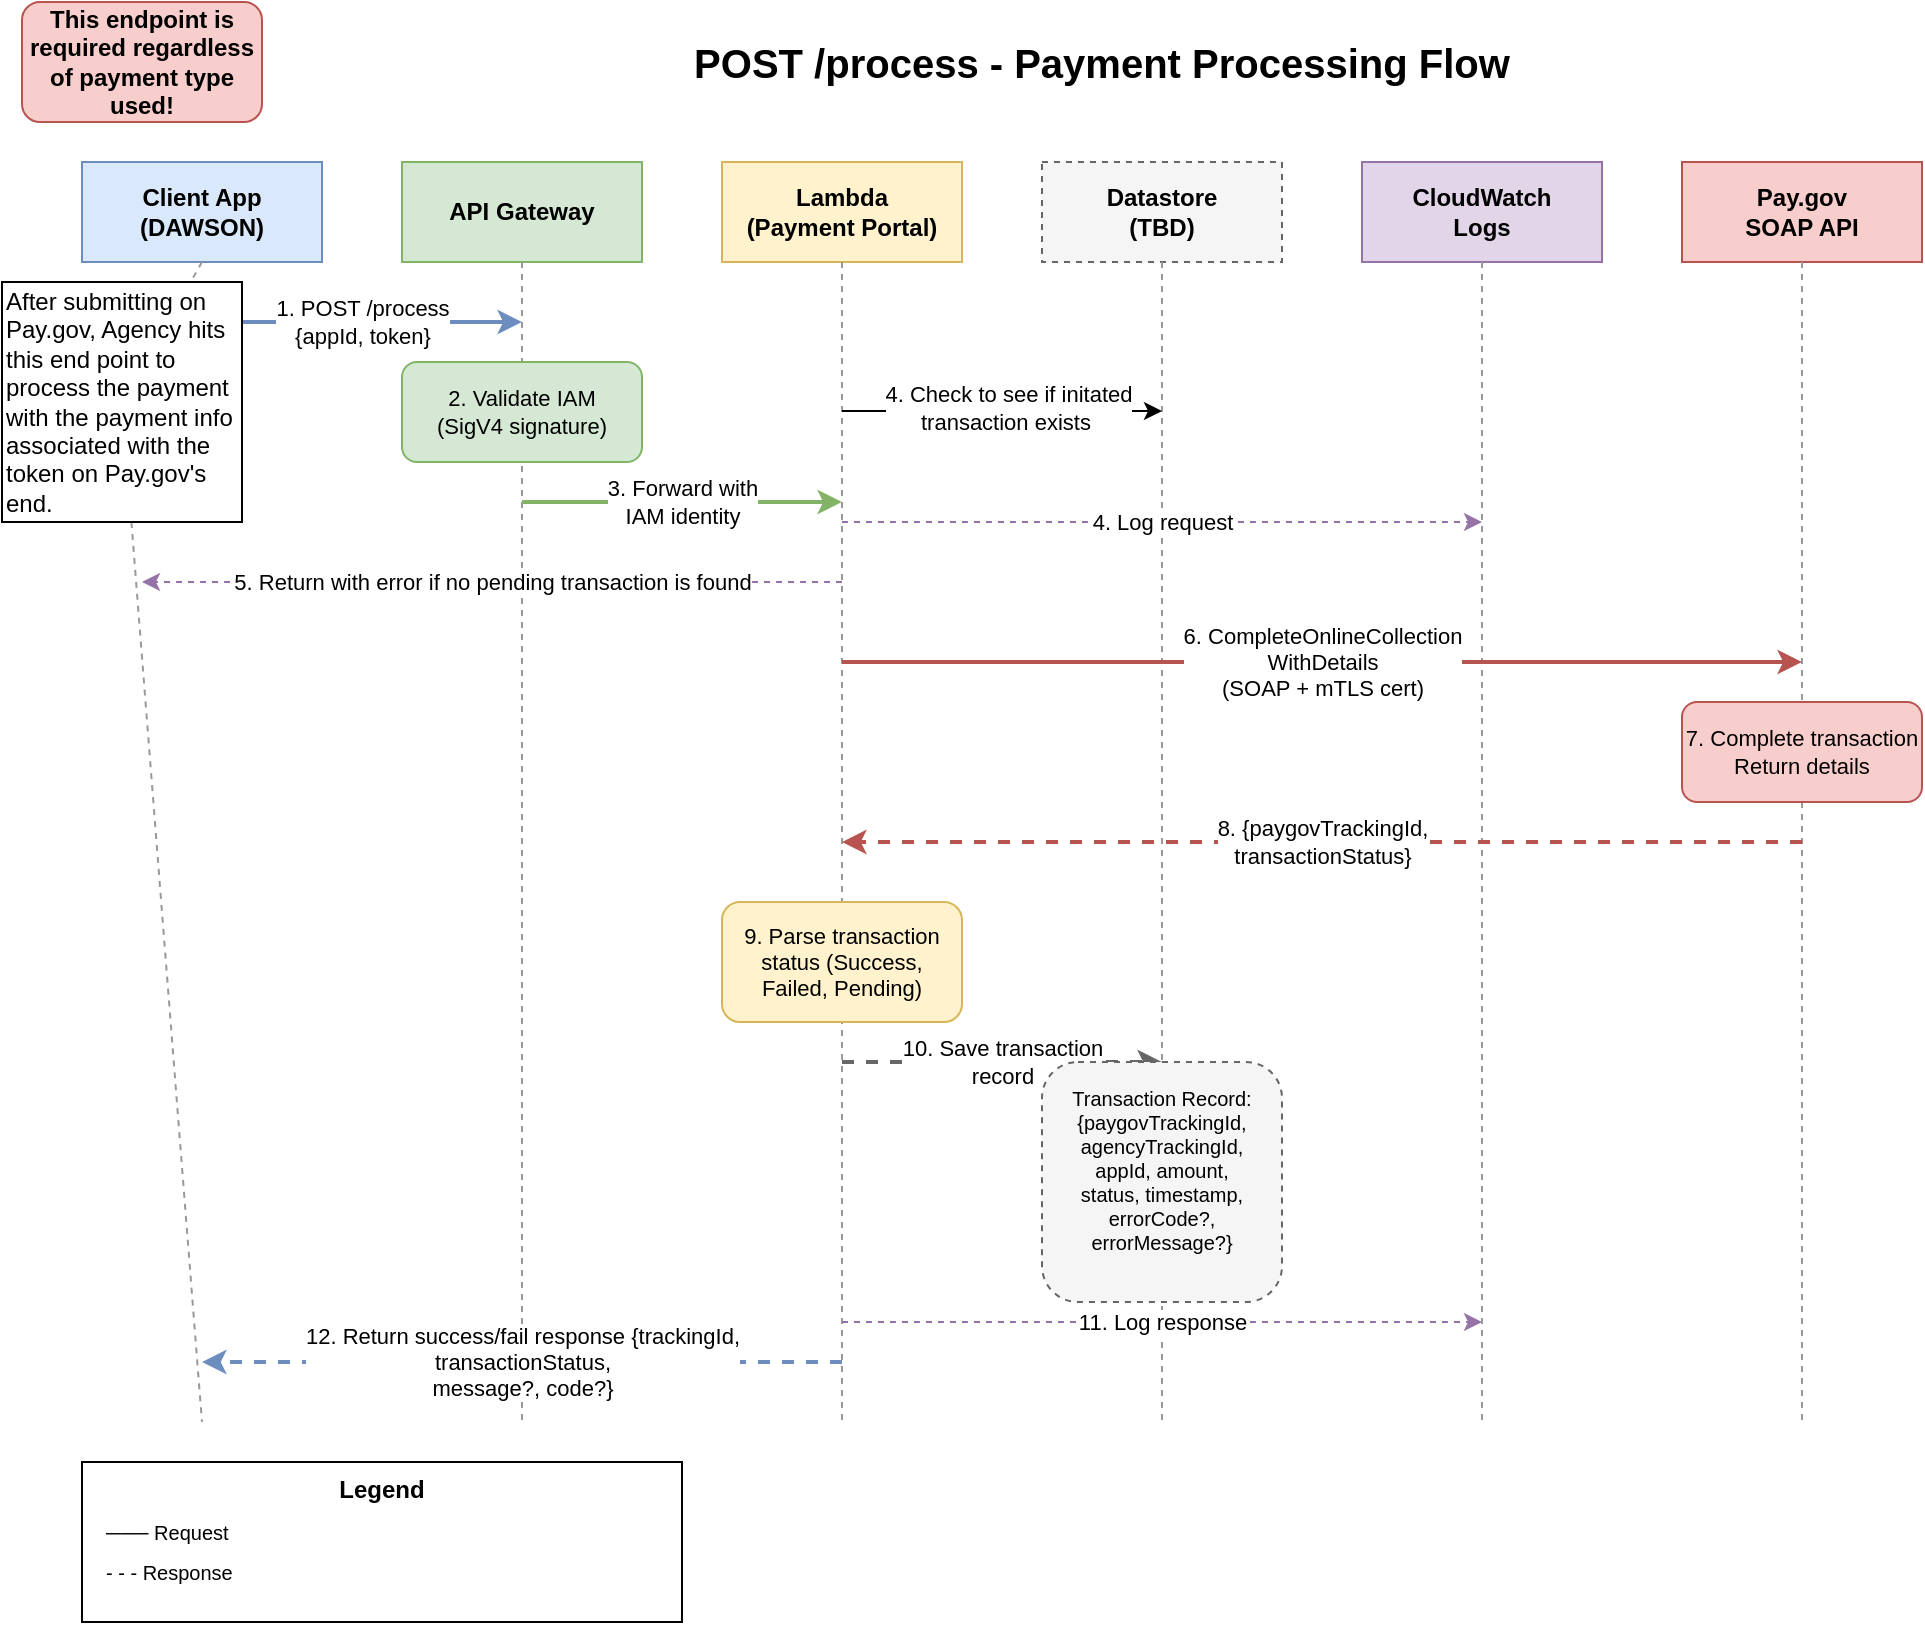
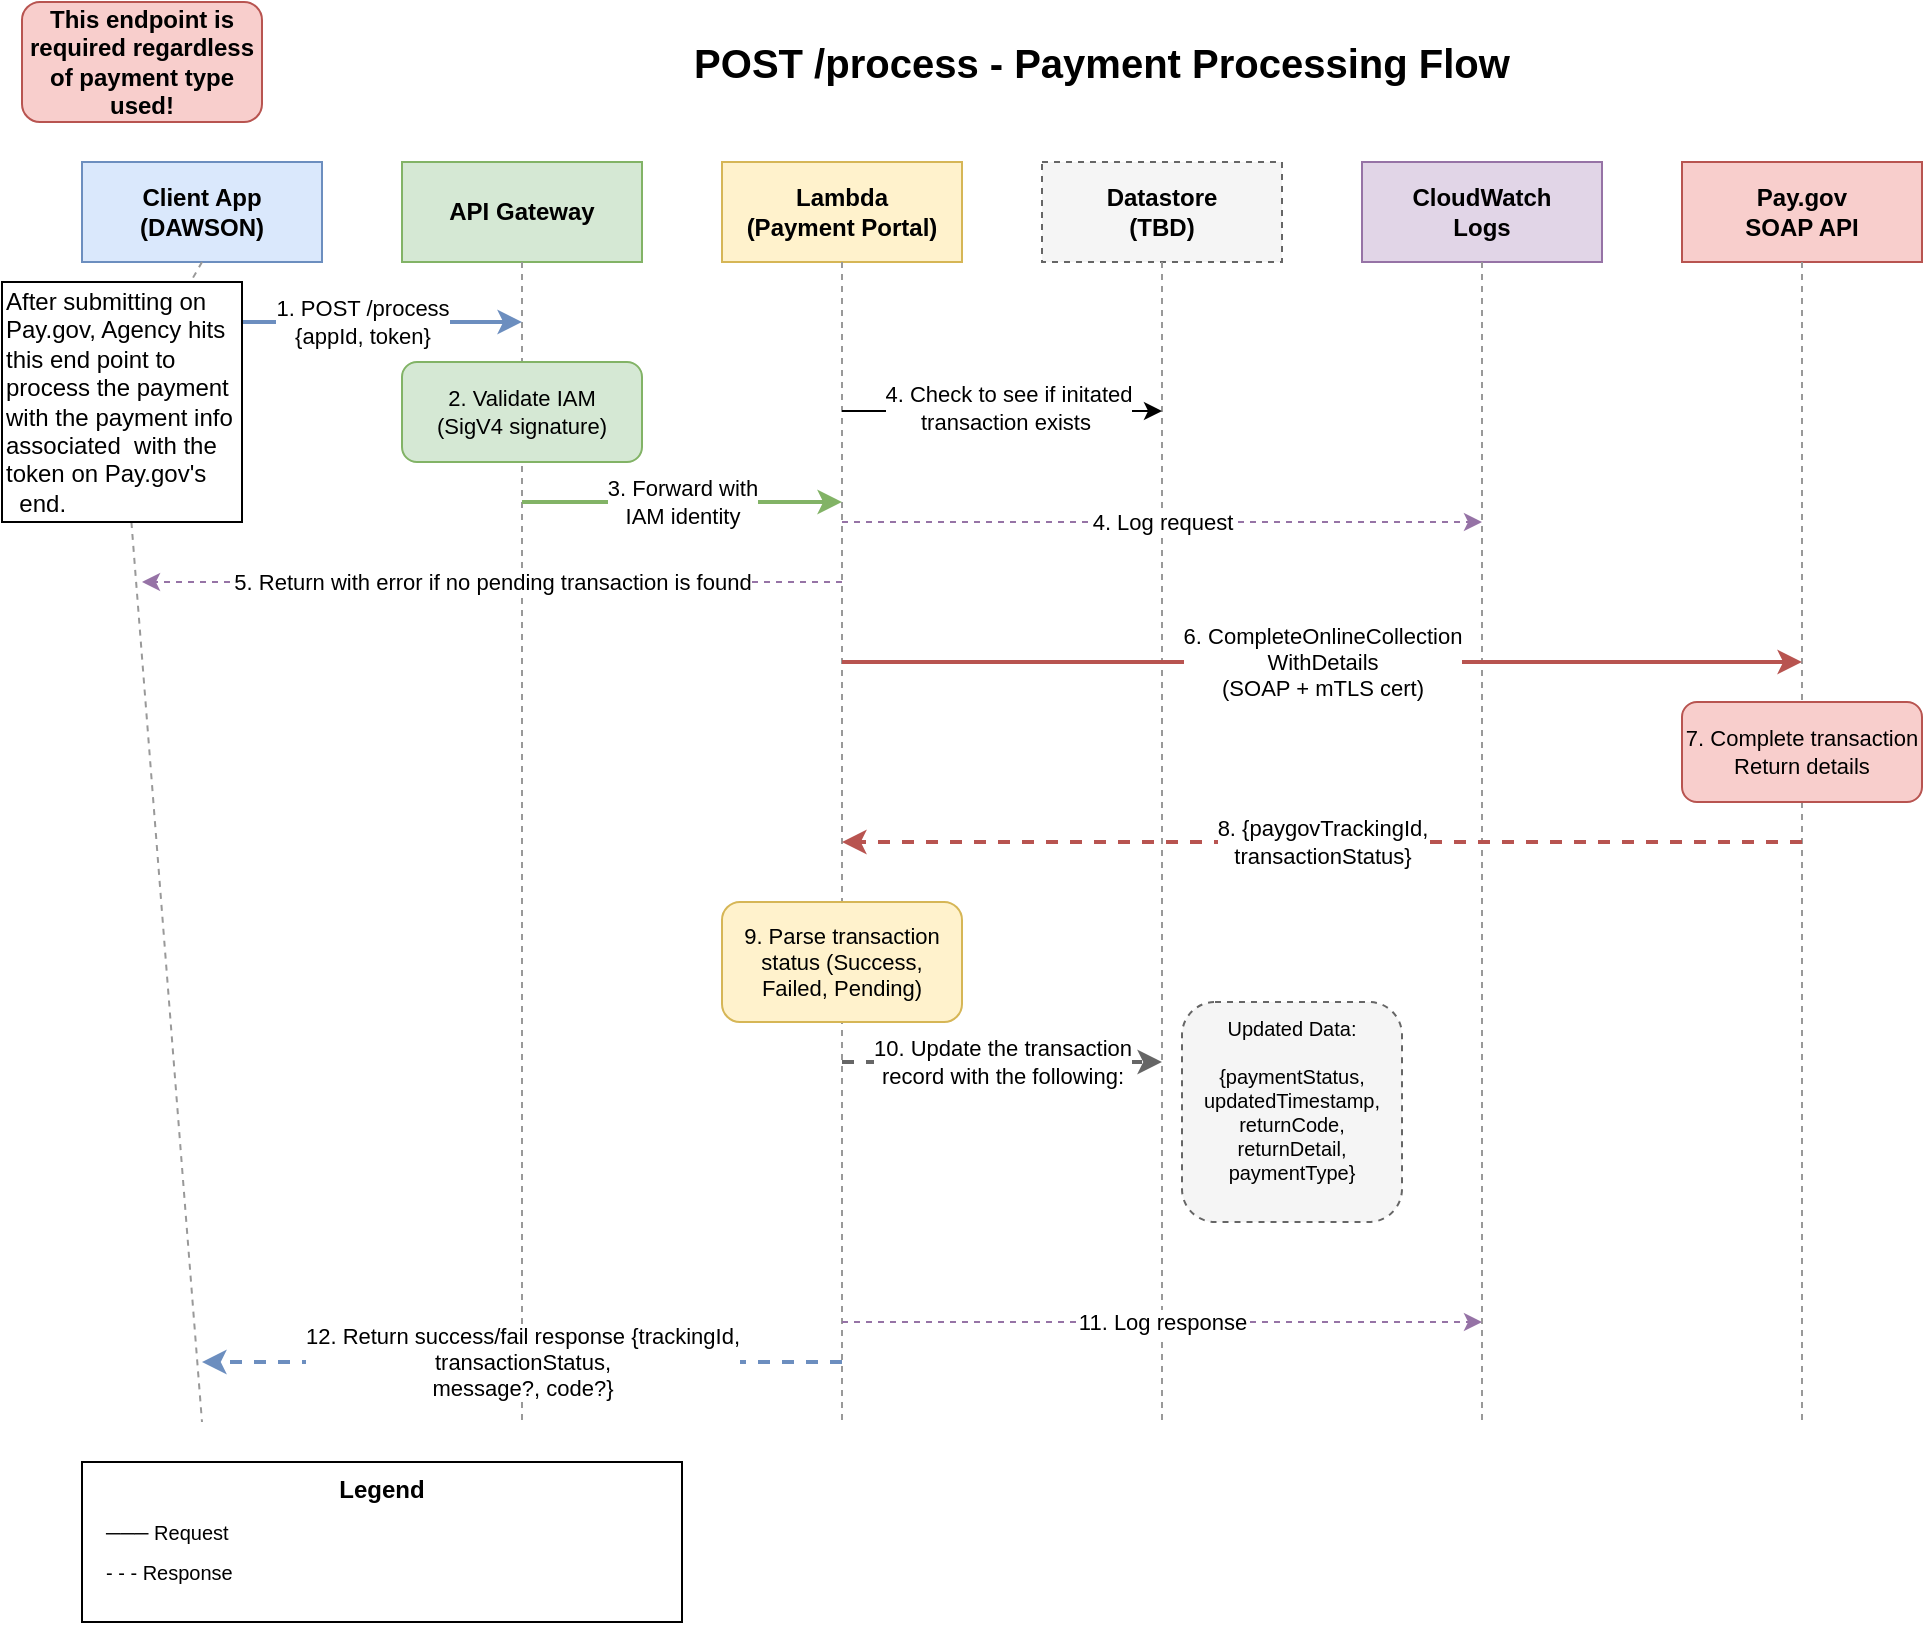
<mxfile host="65bd71144e">
    <diagram name="Process Payment Flow" id="process-payment-flow">
-         <mxGraphModel dx="890" dy="831" grid="1" gridSize="10" guides="1" tooltips="1" connect="1" arrows="1" fold="1" page="1" pageScale="1" pageWidth="1100" pageHeight="850" math="0" shadow="0">
+         <mxGraphModel dx="295" dy="451" grid="1" gridSize="10" guides="1" tooltips="1" connect="1" arrows="1" fold="1" page="1" pageScale="1" pageWidth="1100" pageHeight="850" math="0" shadow="0">
            <root>
                <mxCell id="0"/>
                <mxCell id="1" parent="0"/>
                <mxCell id="title" value="POST /process - Payment Processing Flow" style="text;html=1;strokeColor=none;fillColor=none;align=center;verticalAlign=middle;whiteSpace=wrap;rounded=0;fontSize=20;fontStyle=1" parent="1" vertex="1">
                    <mxGeometry x="320" y="20" width="460" height="40" as="geometry"/>
                </mxCell>
                <mxCell id="header-client" value="Client App&#xa;(DAWSON)" style="rounded=0;whiteSpace=wrap;html=1;fillColor=#dae8fc;strokeColor=#6c8ebf;fontSize=12;fontStyle=1" parent="1" vertex="1">
                    <mxGeometry x="40" y="90" width="120" height="50" as="geometry"/>
                </mxCell>
                <mxCell id="header-gateway" value="API Gateway" style="rounded=0;whiteSpace=wrap;html=1;fillColor=#d5e8d4;strokeColor=#82b366;fontSize=12;fontStyle=1" parent="1" vertex="1">
                    <mxGeometry x="200" y="90" width="120" height="50" as="geometry"/>
                </mxCell>
                <mxCell id="header-lambda" value="Lambda&#xa;(Payment Portal)" style="rounded=0;whiteSpace=wrap;html=1;fillColor=#fff2cc;strokeColor=#d6b656;fontSize=12;fontStyle=1" parent="1" vertex="1">
                    <mxGeometry x="360" y="90" width="120" height="50" as="geometry"/>
                </mxCell>
                <mxCell id="header-datastore" value="Datastore&#xa;(TBD)" style="rounded=0;whiteSpace=wrap;html=1;fillColor=#f5f5f5;strokeColor=#666666;fontSize=12;fontStyle=1;dashed=1" parent="1" vertex="1">
                    <mxGeometry x="520" y="90" width="120" height="50" as="geometry"/>
                </mxCell>
                <mxCell id="header-logs" value="CloudWatch&#xa;Logs" style="rounded=0;whiteSpace=wrap;html=1;fillColor=#e1d5e7;strokeColor=#9673a6;fontSize=12;fontStyle=1" parent="1" vertex="1">
                    <mxGeometry x="680" y="90" width="120" height="50" as="geometry"/>
                </mxCell>
                <mxCell id="header-paygov" value="Pay.gov&#xa;SOAP API" style="rounded=0;whiteSpace=wrap;html=1;fillColor=#f8cecc;strokeColor=#b85450;fontSize=12;fontStyle=1" parent="1" vertex="1">
                    <mxGeometry x="840" y="90" width="120" height="50" as="geometry"/>
                </mxCell>
-                 <mxCell id="line-client" style="endArrow=none;dashed=1;html=1;strokeWidth=1;strokeColor=#999999;" parent="1" edge="1" source="5">
+                 <mxCell id="line-client" style="endArrow=none;dashed=1;html=1;strokeWidth=1;strokeColor=#999999;" parent="1" source="5" edge="1">
                    <mxGeometry relative="1" as="geometry">
                        <mxPoint x="100" y="140" as="sourcePoint"/>
                        <mxPoint x="100" y="720" as="targetPoint"/>
                    </mxGeometry>
                </mxCell>
                <mxCell id="line-gateway" style="endArrow=none;dashed=1;html=1;strokeWidth=1;strokeColor=#999999;" parent="1" edge="1">
                    <mxGeometry relative="1" as="geometry">
                        <mxPoint x="260" y="140" as="sourcePoint"/>
                        <mxPoint x="260" y="720" as="targetPoint"/>
                    </mxGeometry>
                </mxCell>
                <mxCell id="line-lambda" style="endArrow=none;dashed=1;html=1;strokeWidth=1;strokeColor=#999999;" parent="1" edge="1">
                    <mxGeometry relative="1" as="geometry">
                        <mxPoint x="420" y="140" as="sourcePoint"/>
                        <mxPoint x="420" y="720" as="targetPoint"/>
                    </mxGeometry>
                </mxCell>
                <mxCell id="line-datastore" style="endArrow=none;dashed=1;html=1;strokeWidth=1;strokeColor=#999999;" parent="1" edge="1">
                    <mxGeometry relative="1" as="geometry">
                        <mxPoint x="580" y="140" as="sourcePoint"/>
                        <mxPoint x="580" y="720" as="targetPoint"/>
                    </mxGeometry>
                </mxCell>
                <mxCell id="line-logs" style="endArrow=none;dashed=1;html=1;strokeWidth=1;strokeColor=#999999;" parent="1" edge="1">
                    <mxGeometry relative="1" as="geometry">
                        <mxPoint x="740" y="140" as="sourcePoint"/>
                        <mxPoint x="740" y="720" as="targetPoint"/>
                    </mxGeometry>
                </mxCell>
                <mxCell id="line-paygov" style="endArrow=none;dashed=1;html=1;strokeWidth=1;strokeColor=#999999;" parent="1" edge="1">
                    <mxGeometry relative="1" as="geometry">
                        <mxPoint x="900" y="140" as="sourcePoint"/>
                        <mxPoint x="900" y="720" as="targetPoint"/>
                    </mxGeometry>
                </mxCell>
                <mxCell id="step1" value="1. POST /process&#xa;{appId, token}" style="edgeStyle=orthogonalEdgeStyle;rounded=0;orthogonalLoop=1;jettySize=auto;html=1;strokeWidth=2;fillColor=#dae8fc;strokeColor=#6c8ebf;" parent="1" edge="1">
                    <mxGeometry relative="1" as="geometry">
                        <mxPoint x="100" y="170" as="sourcePoint"/>
                        <mxPoint x="260" y="170" as="targetPoint"/>
                    </mxGeometry>
                </mxCell>
                <mxCell id="step2-box" value="2. Validate IAM&#xa;(SigV4 signature)" style="rounded=1;whiteSpace=wrap;html=1;fillColor=#d5e8d4;strokeColor=#82b366;fontSize=11" parent="1" vertex="1">
                    <mxGeometry x="200" y="190" width="120" height="50" as="geometry"/>
                </mxCell>
                <mxCell id="step3" value="3. Forward with&#xa;IAM identity" style="edgeStyle=orthogonalEdgeStyle;rounded=0;orthogonalLoop=1;jettySize=auto;html=1;strokeWidth=2;fillColor=#d5e8d4;strokeColor=#82b366;" parent="1" edge="1">
                    <mxGeometry relative="1" as="geometry">
                        <mxPoint x="260" y="260" as="sourcePoint"/>
                        <mxPoint x="420" y="260" as="targetPoint"/>
                    </mxGeometry>
                </mxCell>
                <mxCell id="step4" value="4. Log request" style="edgeStyle=orthogonalEdgeStyle;rounded=0;orthogonalLoop=1;jettySize=auto;html=1;strokeWidth=1;dashed=1;strokeColor=#9673a6;" parent="1" edge="1">
                    <mxGeometry relative="1" as="geometry">
                        <mxPoint x="420" y="270" as="sourcePoint"/>
                        <mxPoint x="740" y="270" as="targetPoint"/>
                    </mxGeometry>
                </mxCell>
                <mxCell id="step5" value="6. CompleteOnlineCollection&lt;br&gt;WithDetails&lt;br&gt;(SOAP + mTLS cert)" style="edgeStyle=orthogonalEdgeStyle;rounded=0;orthogonalLoop=1;jettySize=auto;html=1;strokeWidth=2;fillColor=#f8cecc;strokeColor=#b85450;" parent="1" edge="1">
                    <mxGeometry relative="1" as="geometry">
                        <mxPoint x="420" y="340" as="sourcePoint"/>
                        <mxPoint x="900" y="340" as="targetPoint"/>
                    </mxGeometry>
                </mxCell>
                <mxCell id="paygov-box" value="7. Complete transaction&lt;br&gt;Return details" style="rounded=1;whiteSpace=wrap;html=1;fillColor=#f8cecc;strokeColor=#b85450;fontSize=11" parent="1" vertex="1">
                    <mxGeometry x="840" y="360" width="120" height="50" as="geometry"/>
                </mxCell>
                <mxCell id="step7" value="8. {paygovTrackingId,&lt;br&gt;transactionStatus}" style="edgeStyle=orthogonalEdgeStyle;rounded=0;orthogonalLoop=1;jettySize=auto;html=1;strokeWidth=2;dashed=1;strokeColor=#b85450;" parent="1" edge="1">
                    <mxGeometry relative="1" as="geometry">
                        <mxPoint x="900" y="430" as="sourcePoint"/>
                        <mxPoint x="420" y="430" as="targetPoint"/>
                    </mxGeometry>
                </mxCell>
                <mxCell id="step8-box" value="9. Parse transaction&lt;br&gt;status (Success,&lt;br&gt;Failed, Pending)" style="rounded=1;whiteSpace=wrap;html=1;fillColor=#fff2cc;strokeColor=#d6b656;fontSize=11" parent="1" vertex="1">
                    <mxGeometry x="360" y="460" width="120" height="60" as="geometry"/>
                </mxCell>
-                 <mxCell id="step9" value="10. Save transaction&lt;br&gt;record" style="edgeStyle=orthogonalEdgeStyle;rounded=0;orthogonalLoop=1;jettySize=auto;html=1;strokeWidth=2;dashed=1;strokeColor=#666666;" parent="1" edge="1">
+                 <mxCell id="step9" value="10. Update the transaction&lt;br&gt;record with the following:" style="edgeStyle=orthogonalEdgeStyle;rounded=0;orthogonalLoop=1;jettySize=auto;html=1;strokeWidth=2;dashed=1;strokeColor=#666666;" parent="1" edge="1">
                    <mxGeometry relative="1" as="geometry">
                        <mxPoint x="420" y="540" as="sourcePoint"/>
                        <mxPoint x="580" y="540" as="targetPoint"/>
+                         <mxPoint as="offset"/>
                    </mxGeometry>
                </mxCell>
-                 <mxCell id="datastore-box" value="Transaction Record:&lt;br&gt;{paygovTrackingId,&lt;br&gt;agencyTrackingId,&lt;br&gt;appId, amount,&lt;br&gt;status, timestamp, errorCode?, errorMessage?}&lt;div&gt;&lt;br&gt;&lt;/div&gt;" style="rounded=1;whiteSpace=wrap;html=1;fillColor=#f5f5f5;strokeColor=#666666;fontSize=10;dashed=1" parent="1" vertex="1">
-                     <mxGeometry x="520" y="540" width="120" height="120" as="geometry"/>
+                 <mxCell id="datastore-box" value="Updated Data:&lt;div&gt;&lt;font color=&quot;#000000&quot;&gt;&lt;br&gt;&lt;/font&gt;{paymentStatus,&lt;br&gt;updatedTimestamp,&lt;br&gt;returnCode, returnDetail,&lt;br&gt;paymentType}&lt;div&gt;&lt;br&gt;&lt;/div&gt;&lt;/div&gt;" style="rounded=1;whiteSpace=wrap;html=1;fillColor=#f5f5f5;strokeColor=#666666;fontSize=10;dashed=1" parent="1" vertex="1">
+                     <mxGeometry x="590" y="510" width="110" height="110" as="geometry"/>
                </mxCell>
                <mxCell id="step10" value="11. Log response" style="edgeStyle=orthogonalEdgeStyle;rounded=0;orthogonalLoop=1;jettySize=auto;html=1;strokeWidth=1;dashed=1;strokeColor=#9673a6;" parent="1" edge="1">
                    <mxGeometry relative="1" as="geometry">
                        <mxPoint x="420" y="670" as="sourcePoint"/>
                        <mxPoint x="740" y="670" as="targetPoint"/>
                    </mxGeometry>
                </mxCell>
                <mxCell id="step11" value="12. Return success/fail response {trackingId,&lt;br&gt;transactionStatus,&lt;br&gt;message?, code?}" style="edgeStyle=orthogonalEdgeStyle;rounded=0;orthogonalLoop=1;jettySize=auto;html=1;strokeWidth=2;dashed=1;strokeColor=#6c8ebf;" parent="1" edge="1">
                    <mxGeometry relative="1" as="geometry">
                        <mxPoint x="420" y="690" as="sourcePoint"/>
                        <mxPoint x="100" y="690" as="targetPoint"/>
                        <mxPoint as="offset"/>
                    </mxGeometry>
                </mxCell>
                <mxCell id="legend-box" value="Legend" style="rounded=0;whiteSpace=wrap;html=1;fillColor=none;strokeColor=#000000;fontSize=12;fontStyle=1;verticalAlign=top" parent="1" vertex="1">
                    <mxGeometry x="40" y="740" width="300" height="80" as="geometry"/>
                </mxCell>
                <mxCell id="legend-solid" value="─── Request" style="text;html=1;strokeColor=none;fillColor=none;align=left;verticalAlign=middle;fontSize=10" parent="1" vertex="1">
                    <mxGeometry x="50" y="765" width="130" height="20" as="geometry"/>
                </mxCell>
                <mxCell id="legend-dashed" value="- - - Response" style="text;html=1;strokeColor=none;fillColor=none;align=left;verticalAlign=middle;fontSize=10" parent="1" vertex="1">
                    <mxGeometry x="50" y="785" width="130" height="20" as="geometry"/>
                </mxCell>
-                 <mxCell id="2" value="" style="endArrow=classic;html=1;" edge="1" parent="1">
+                 <mxCell id="2" value="" style="endArrow=classic;html=1;" parent="1" edge="1">
                    <mxGeometry width="50" height="50" relative="1" as="geometry">
                        <mxPoint x="420" y="214.5" as="sourcePoint"/>
                        <mxPoint x="580" y="214.5" as="targetPoint"/>
                    </mxGeometry>
                </mxCell>
-                 <mxCell id="3" value="4. Check to see if initated&lt;div&gt;transaction exists&amp;nbsp;&lt;/div&gt;" style="edgeLabel;html=1;align=center;verticalAlign=middle;resizable=0;points=[];" vertex="1" connectable="0" parent="2">
+                 <mxCell id="3" value="4. Check to see if initated&lt;div&gt;transaction exists&amp;nbsp;&lt;/div&gt;" style="edgeLabel;html=1;align=center;verticalAlign=middle;resizable=0;points=[];" parent="2" vertex="1" connectable="0">
                    <mxGeometry x="0.0375" y="3" relative="1" as="geometry">
                        <mxPoint y="1" as="offset"/>
                    </mxGeometry>
                </mxCell>
-                 <mxCell id="4" value="5. Return with error if no pending transaction is found" style="edgeStyle=orthogonalEdgeStyle;rounded=0;orthogonalLoop=1;jettySize=auto;html=1;strokeWidth=1;dashed=1;strokeColor=#9673a6;" edge="1" parent="1">
+                 <mxCell id="4" value="5. Return with error if no pending transaction is found" style="edgeStyle=orthogonalEdgeStyle;rounded=0;orthogonalLoop=1;jettySize=auto;html=1;strokeWidth=1;dashed=1;strokeColor=#9673a6;" parent="1" edge="1">
                    <mxGeometry relative="1" as="geometry">
                        <mxPoint x="420" y="300" as="sourcePoint"/>
                        <mxPoint x="70" y="300" as="targetPoint"/>
                    </mxGeometry>
                </mxCell>
-                 <mxCell id="6" value="" style="endArrow=none;dashed=1;html=1;strokeWidth=1;strokeColor=#999999;" edge="1" parent="1" target="5">
+                 <mxCell id="6" value="" style="endArrow=none;dashed=1;html=1;strokeWidth=1;strokeColor=#999999;" parent="1" target="5" edge="1">
                    <mxGeometry relative="1" as="geometry">
                        <mxPoint x="100" y="140" as="sourcePoint"/>
                        <mxPoint x="100" y="720" as="targetPoint"/>
                    </mxGeometry>
                </mxCell>
-                 <mxCell id="5" value="After submitting on Pay.gov, Agency hits this end point to process the payment with the payment info associated with the token on Pay.gov&#39;s end." style="whiteSpace=wrap;html=1;aspect=fixed;align=left;" vertex="1" parent="1">
+                 <mxCell id="5" value="After submitting on Pay.gov, Agency hits this end point to process the payment with the payment info associated&amp;nbsp; with the token on Pay.gov&#39;s&amp;nbsp;&lt;div&gt;&amp;nbsp;&amp;nbsp;end.&lt;/div&gt;" style="whiteSpace=wrap;html=1;aspect=fixed;align=left;" parent="1" vertex="1">
                    <mxGeometry y="150" width="120" height="120" as="geometry"/>
                </mxCell>
-                 <mxCell id="7" value="&lt;b&gt;This endpoint is required regardless of payment type used!&lt;/b&gt;" style="rounded=1;whiteSpace=wrap;html=1;fillColor=#f8cecc;strokeColor=#b85450;" vertex="1" parent="1">
+                 <mxCell id="7" value="&lt;b&gt;This endpoint is required regardless of payment type used!&lt;/b&gt;" style="rounded=1;whiteSpace=wrap;html=1;fillColor=#f8cecc;strokeColor=#b85450;" parent="1" vertex="1">
                    <mxGeometry x="10" y="10" width="120" height="60" as="geometry"/>
                </mxCell>
            </root>
        </mxGraphModel>
    </diagram>
</mxfile>
